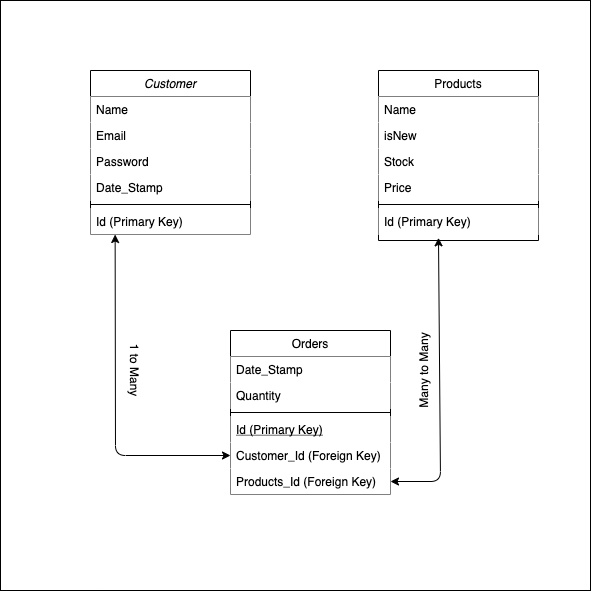
Speegy/SQL keeps this draw.io diagram as GameStore Diagram.png. Above is the earlier version. Source tidied: cells renumbered, new cells last; positions are measured from the earlier drawing's top-left corner, leaving out a move shared by most shapes.
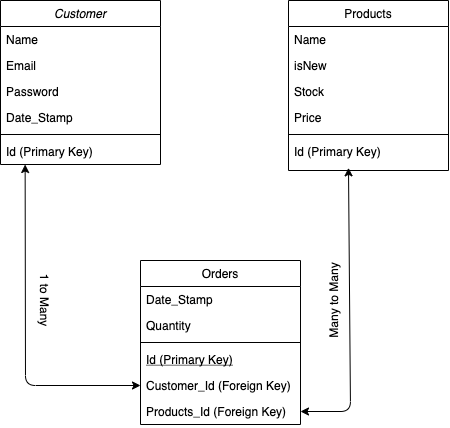
After the commit.

Change to the diagram source:
```diff
@@ -1,71 +1,68 @@
-<mxGraphModel>
+<mxGraphModel background="#ffffff">
   <root>
     <mxCell id="0" />
     <mxCell id="1" parent="0" />
-    <mxCell id="2" style="whiteSpace=wrap;html=1;fillColor=#FFFFFF;" parent="1" vertex="1">
-      <mxGeometry width="590" height="590" as="geometry" />
-    </mxCell>
-    <mxCell id="3" value="Customer" style="swimlane;fontStyle=2;align=center;verticalAlign=top;horizontal=1;startSize=26;rounded=0;shadow=0;strokeWidth=1;fillColor=#FFFFFF;" parent="1" vertex="1">
+    <mxCell id="3" value="Customer" style="swimlane;fontStyle=2;align=center;verticalAlign=top;horizontal=1;startSize=26;rounded=0;shadow=0;strokeWidth=1;" parent="1" vertex="1">
       <mxGeometry x="90" y="70" width="160" height="164" as="geometry" />
     </mxCell>
-    <mxCell id="4" value="Name" style="text;align=left;verticalAlign=top;spacingLeft=4;spacingRight=4;overflow=hidden;fillColor=#ffffff;" parent="3" vertex="1">
+    <mxCell id="4" value="Name" style="text;align=left;verticalAlign=top;spacingLeft=4;spacingRight=4;overflow=hidden;" parent="3" vertex="1">
       <mxGeometry y="26" width="160" height="26" as="geometry" />
     </mxCell>
-    <mxCell id="5" value="Email" style="text;align=left;verticalAlign=top;spacingLeft=4;spacingRight=4;overflow=hidden;rounded=0;shadow=0;html=0;fillColor=#ffffff;" parent="3" vertex="1">
+    <mxCell id="5" value="Email" style="text;align=left;verticalAlign=top;spacingLeft=4;spacingRight=4;overflow=hidden;rounded=0;shadow=0;html=0;" parent="3" vertex="1">
       <mxGeometry y="52" width="160" height="26" as="geometry" />
     </mxCell>
-    <mxCell id="6" value="Password" style="text;align=left;verticalAlign=top;spacingLeft=4;spacingRight=4;overflow=hidden;rounded=0;shadow=0;html=0;fillColor=#ffffff;" parent="3" vertex="1">
+    <mxCell id="6" value="Password" style="text;align=left;verticalAlign=top;spacingLeft=4;spacingRight=4;overflow=hidden;rounded=0;shadow=0;html=0;" parent="3" vertex="1">
       <mxGeometry y="78" width="160" height="26" as="geometry" />
     </mxCell>
-    <mxCell id="7" value="Date_Stamp" style="text;align=left;verticalAlign=top;spacingLeft=4;spacingRight=4;overflow=hidden;rounded=0;shadow=0;html=0;fillColor=#ffffff;" parent="3" vertex="1">
+    <mxCell id="7" value="Date_Stamp" style="text;align=left;verticalAlign=top;spacingLeft=4;spacingRight=4;overflow=hidden;rounded=0;shadow=0;html=0;" parent="3" vertex="1">
       <mxGeometry y="104" width="160" height="26" as="geometry" />
     </mxCell>
     <mxCell id="8" style="line;html=1;strokeWidth=1;align=left;verticalAlign=middle;spacingTop=-1;spacingLeft=3;spacingRight=3;labelPosition=right;" parent="3" vertex="1">
       <mxGeometry y="130" width="160" height="8" as="geometry" />
     </mxCell>
-    <mxCell id="9" value="Id (Primary Key)" style="text;align=left;verticalAlign=top;spacingLeft=4;spacingRight=4;overflow=hidden;points=[[0,0.5],[1,0.5]];portConstraint=eastwest;fillColor=#ffffff;" parent="3" vertex="1">
+    <mxCell id="9" value="Id (Primary Key)" style="text;align=left;verticalAlign=top;spacingLeft=4;spacingRight=4;overflow=hidden;points=[[0,0.5],[1,0.5]];portConstraint=eastwest;" parent="3" vertex="1">
       <mxGeometry y="138" width="160" height="26" as="geometry" />
     </mxCell>
     <mxCell id="10" value="Orders" style="swimlane;fontStyle=0;align=center;verticalAlign=top;horizontal=1;startSize=26;rounded=0;shadow=0;strokeWidth=1;" parent="1" vertex="1">
       <mxGeometry x="230" y="330" width="160" height="164" as="geometry" />
     </mxCell>
-    <mxCell id="11" value="Date_Stamp" style="text;align=left;verticalAlign=top;spacingLeft=4;spacingRight=4;overflow=hidden;fillColor=#ffffff;" parent="10" vertex="1">
+    <mxCell id="11" value="Date_Stamp" style="text;align=left;verticalAlign=top;spacingLeft=4;spacingRight=4;overflow=hidden;" parent="10" vertex="1">
       <mxGeometry y="26" width="160" height="26" as="geometry" />
     </mxCell>
-    <mxCell id="12" value="Quantity" style="text;align=left;verticalAlign=top;spacingLeft=4;spacingRight=4;overflow=hidden;rounded=0;shadow=0;html=0;fillColor=#ffffff;" parent="10" vertex="1">
+    <mxCell id="12" value="Quantity" style="text;align=left;verticalAlign=top;spacingLeft=4;spacingRight=4;overflow=hidden;rounded=0;shadow=0;html=0;" parent="10" vertex="1">
       <mxGeometry y="52" width="160" height="26" as="geometry" />
     </mxCell>
     <mxCell id="13" style="line;html=1;strokeWidth=1;align=left;verticalAlign=middle;spacingTop=-1;spacingLeft=3;spacingRight=3;labelPosition=right;" parent="10" vertex="1">
       <mxGeometry y="78" width="160" height="8" as="geometry" />
     </mxCell>
-    <mxCell id="14" value="Id (Primary Key)" style="text;align=left;verticalAlign=top;spacingLeft=4;spacingRight=4;overflow=hidden;fontStyle=4;fillColor=#ffffff;" parent="10" vertex="1">
+    <mxCell id="14" value="Id (Primary Key)" style="text;align=left;verticalAlign=top;spacingLeft=4;spacingRight=4;overflow=hidden;fontStyle=4;" parent="10" vertex="1">
       <mxGeometry y="86" width="160" height="26" as="geometry" />
     </mxCell>
-    <mxCell id="15" value="Customer_Id (Foreign Key)" style="text;align=left;verticalAlign=top;spacingLeft=4;spacingRight=4;overflow=hidden;points=[[0,0.5],[1,0.5]];portConstraint=eastwest;fillColor=#ffffff;" parent="10" vertex="1">
+    <mxCell id="15" value="Customer_Id (Foreign Key)" style="text;align=left;verticalAlign=top;spacingLeft=4;spacingRight=4;overflow=hidden;points=[[0,0.5],[1,0.5]];portConstraint=eastwest;" parent="10" vertex="1">
       <mxGeometry y="112" width="160" height="26" as="geometry" />
     </mxCell>
-    <mxCell id="16" value="Products_Id (Foreign Key)" style="text;align=left;verticalAlign=top;spacingLeft=4;spacingRight=4;overflow=hidden;points=[[0,0.5],[1,0.5]];portConstraint=eastwest;fillColor=#ffffff;" parent="10" vertex="1">
+    <mxCell id="16" value="Products_Id (Foreign Key)" style="text;align=left;verticalAlign=top;spacingLeft=4;spacingRight=4;overflow=hidden;points=[[0,0.5],[1,0.5]];portConstraint=eastwest;" parent="10" vertex="1">
       <mxGeometry y="138" width="160" height="26" as="geometry" />
     </mxCell>
     <mxCell id="17" value="Products" style="swimlane;fontStyle=0;align=center;verticalAlign=top;horizontal=1;startSize=26;rounded=0;shadow=0;strokeWidth=1;" parent="1" vertex="1">
       <mxGeometry x="378" y="70" width="160" height="170" as="geometry" />
     </mxCell>
-    <mxCell id="18" value="Name" style="text;align=left;verticalAlign=top;spacingLeft=4;spacingRight=4;overflow=hidden;fillColor=#ffffff;" parent="17" vertex="1">
+    <mxCell id="18" value="Name" style="text;align=left;verticalAlign=top;spacingLeft=4;spacingRight=4;overflow=hidden;" parent="17" vertex="1">
       <mxGeometry y="26" width="160" height="26" as="geometry" />
     </mxCell>
-    <mxCell id="19" value="isNew" style="text;align=left;verticalAlign=top;spacingLeft=4;spacingRight=4;overflow=hidden;rounded=0;shadow=0;html=0;fillColor=#ffffff;" parent="17" vertex="1">
+    <mxCell id="19" value="isNew" style="text;align=left;verticalAlign=top;spacingLeft=4;spacingRight=4;overflow=hidden;rounded=0;shadow=0;html=0;" parent="17" vertex="1">
       <mxGeometry y="52" width="160" height="26" as="geometry" />
     </mxCell>
-    <mxCell id="20" value="Stock" style="text;align=left;verticalAlign=top;spacingLeft=4;spacingRight=4;overflow=hidden;rounded=0;shadow=0;html=0;fillColor=#ffffff;" parent="17" vertex="1">
+    <mxCell id="20" value="Stock" style="text;align=left;verticalAlign=top;spacingLeft=4;spacingRight=4;overflow=hidden;rounded=0;shadow=0;html=0;" parent="17" vertex="1">
       <mxGeometry y="78" width="160" height="26" as="geometry" />
     </mxCell>
-    <mxCell id="21" value="Price" style="text;align=left;verticalAlign=top;spacingLeft=4;spacingRight=4;overflow=hidden;rounded=0;shadow=0;html=0;fillColor=#ffffff;" parent="17" vertex="1">
+    <mxCell id="21" value="Price" style="text;align=left;verticalAlign=top;spacingLeft=4;spacingRight=4;overflow=hidden;rounded=0;shadow=0;html=0;" parent="17" vertex="1">
       <mxGeometry y="104" width="160" height="26" as="geometry" />
     </mxCell>
     <mxCell id="22" style="line;html=1;strokeWidth=1;align=left;verticalAlign=middle;spacingTop=-1;spacingLeft=3;spacingRight=3;labelPosition=right;" parent="17" vertex="1">
       <mxGeometry y="130" width="160" height="8" as="geometry" />
     </mxCell>
-    <mxCell id="23" value="Id (Primary Key)" style="text;align=left;verticalAlign=top;spacingLeft=4;spacingRight=4;overflow=hidden;points=[[0,0.5],[1,0.5]];portConstraint=eastwest;fillColor=#ffffff;" parent="17" vertex="1">
+    <mxCell id="23" value="Id (Primary Key)" style="text;align=left;verticalAlign=top;spacingLeft=4;spacingRight=4;overflow=hidden;points=[[0,0.5],[1,0.5]];portConstraint=eastwest;" parent="17" vertex="1">
       <mxGeometry y="138" width="160" height="26" as="geometry" />
     </mxCell>
     <mxCell id="24" style="endArrow=classic;startArrow=classic;html=1;exitX=1;exitY=0.5;exitDx=0;exitDy=0;entryX=0.375;entryY=1.128;entryDx=0;entryDy=0;entryPerimeter=0;" parent="1" edge="1" source="16" target="23">
@@ -82,10 +79,10 @@
         </Array>
       </mxGeometry>
     </mxCell>
-    <mxCell id="26" value="Many to Many" style="text;html=1;strokeColor=none;align=center;verticalAlign=middle;whiteSpace=wrap;rounded=0;rotation=-90;fillColor=#ffffff;" parent="1" vertex="1">
+    <mxCell id="26" value="Many to Many" style="text;html=1;strokeColor=none;fillColor=none;align=center;verticalAlign=middle;whiteSpace=wrap;rounded=0;rotation=-90;" parent="1" vertex="1">
       <mxGeometry x="378" y="360" width="90" height="20" as="geometry" />
     </mxCell>
-    <mxCell id="27" value="1 to Many" style="text;html=1;strokeColor=none;align=center;verticalAlign=middle;whiteSpace=wrap;rounded=0;rotation=90;fillColor=#ffffff;" parent="1" vertex="1">
+    <mxCell id="27" value="1 to Many" style="text;html=1;strokeColor=none;fillColor=none;align=center;verticalAlign=middle;whiteSpace=wrap;rounded=0;rotation=90;" parent="1" vertex="1">
       <mxGeometry x="100" y="360" width="70" height="20" as="geometry" />
     </mxCell>
   </root>
```
